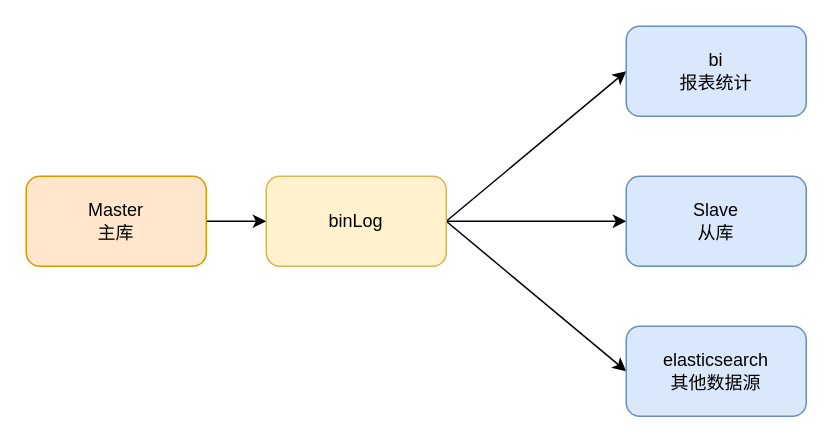
The draw.io diagram mysql/binlog的作用.drawio in erlieStar/diagrams, before the edit. Source tidied: cells renumbered, new cells numbered last; positions are measured from the earlier drawing's top-left corner, leaving out a move shared by most shapes. Both pictures are drawn from the tidied source at 150%, with x=0, y=0 at pixel (26, 26).
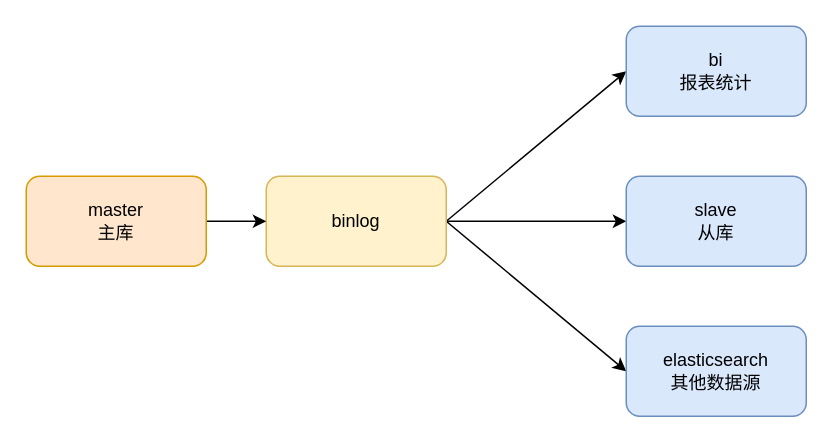
The same page after the edit.

What changed in the source:
```diff
@@
 <mxGraphModel>
   <root>
     <mxCell id="0" />
     <mxCell id="1" parent="0" />
     <mxCell id="2" style="rounded=0;jettySize=auto;html=1;exitX=1;exitY=0.5;exitDx=0;exitDy=0;entryX=0;entryY=0.5;entryDx=0;entryDy=0;" parent="1" edge="1" source="5" target="7">
       <mxGeometry relative="1" as="geometry" />
     </mxCell>
     <mxCell id="3" style="edgeStyle=orthogonalEdgeStyle;rounded=0;jettySize=auto;html=1;exitX=1;exitY=0.5;exitDx=0;exitDy=0;entryX=0;entryY=0.5;entryDx=0;entryDy=0;" parent="1" edge="1" source="5" target="6">
       <mxGeometry relative="1" as="geometry" />
     </mxCell>
     <mxCell id="4" style="rounded=0;jettySize=auto;html=1;exitX=1;exitY=0.5;exitDx=0;exitDy=0;entryX=0;entryY=0.5;entryDx=0;entryDy=0;" parent="1" edge="1" source="5" target="8">
       <mxGeometry relative="1" as="geometry" />
     </mxCell>
-    <mxCell id="5" value="binLog" style="rounded=1;whiteSpace=wrap;html=1;fillColor=#fff2cc;strokeColor=#d6b656;" parent="1" vertex="1">
+    <mxCell id="5" value="binlog" style="rounded=1;whiteSpace=wrap;html=1;fillColor=#fff2cc;strokeColor=#d6b656;" parent="1" vertex="1">
       <mxGeometry x="160" y="100" width="120" height="60" as="geometry" />
     </mxCell>
-    <mxCell id="6" value="Slave&lt;br&gt;从库" style="rounded=1;whiteSpace=wrap;html=1;fillColor=#dae8fc;strokeColor=#6c8ebf;" parent="1" vertex="1">
+    <mxCell id="6" value="slave&lt;br&gt;从库" style="rounded=1;whiteSpace=wrap;html=1;fillColor=#dae8fc;strokeColor=#6c8ebf;" parent="1" vertex="1">
       <mxGeometry x="400" y="100" width="120" height="60" as="geometry" />
     </mxCell>
     <mxCell id="7" value="bi&lt;br&gt;报表统计" style="rounded=1;whiteSpace=wrap;html=1;fillColor=#dae8fc;strokeColor=#6c8ebf;" parent="1" vertex="1">
       <mxGeometry x="400" width="120" height="60" as="geometry" />
     </mxCell>
     <mxCell id="8" value="&lt;span style=&quot;text-align: left&quot;&gt;elasticsearch&lt;br&gt;其他数据源&lt;br&gt;&lt;/span&gt;" style="rounded=1;whiteSpace=wrap;html=1;fillColor=#dae8fc;strokeColor=#6c8ebf;" parent="1" vertex="1">
       <mxGeometry x="400" y="200" width="120" height="60" as="geometry" />
     </mxCell>
     <mxCell id="9" style="edgeStyle=orthogonalEdgeStyle;rounded=0;jettySize=auto;html=1;exitX=1;exitY=0.5;exitDx=0;exitDy=0;entryX=0;entryY=0.5;entryDx=0;entryDy=0;" parent="1" edge="1" source="10" target="5">
       <mxGeometry relative="1" as="geometry" />
     </mxCell>
-    <mxCell id="10" value="Master&lt;br&gt;主库" style="rounded=1;whiteSpace=wrap;html=1;fillColor=#ffe6cc;strokeColor=#d79b00;" parent="1" vertex="1">
+    <mxCell id="10" value="master&lt;br&gt;主库" style="rounded=1;whiteSpace=wrap;html=1;fillColor=#ffe6cc;strokeColor=#d79b00;" parent="1" vertex="1">
       <mxGeometry y="100" width="120" height="60" as="geometry" />
     </mxCell>
   </root>
 </mxGraphModel>
```
